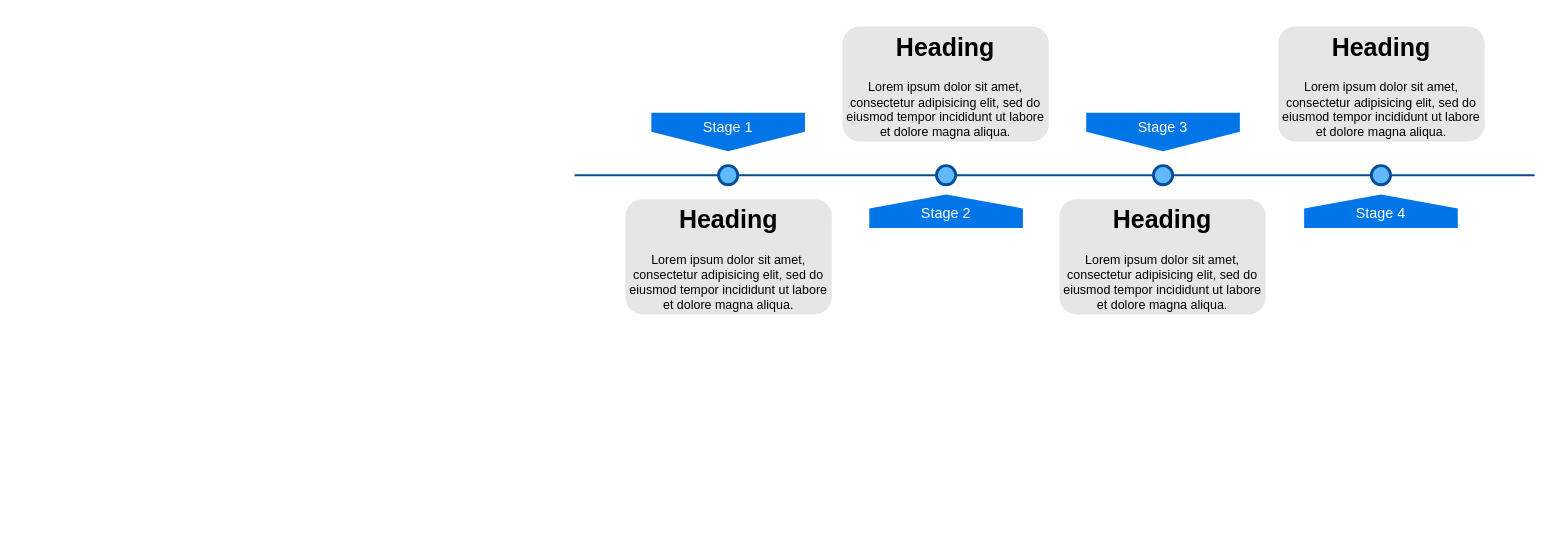
The draw.io diagram 未命名绘图.drawio in java-zengguang/images, before the edit. Source tidied: cells renumbered, new cells numbered last; positions are measured from the earlier drawing's top-left corner, leaving out a move shared by most shapes. Both pictures are drawn from the tidied source at 96%, with x=0, y=0 at pixel (574, 26).
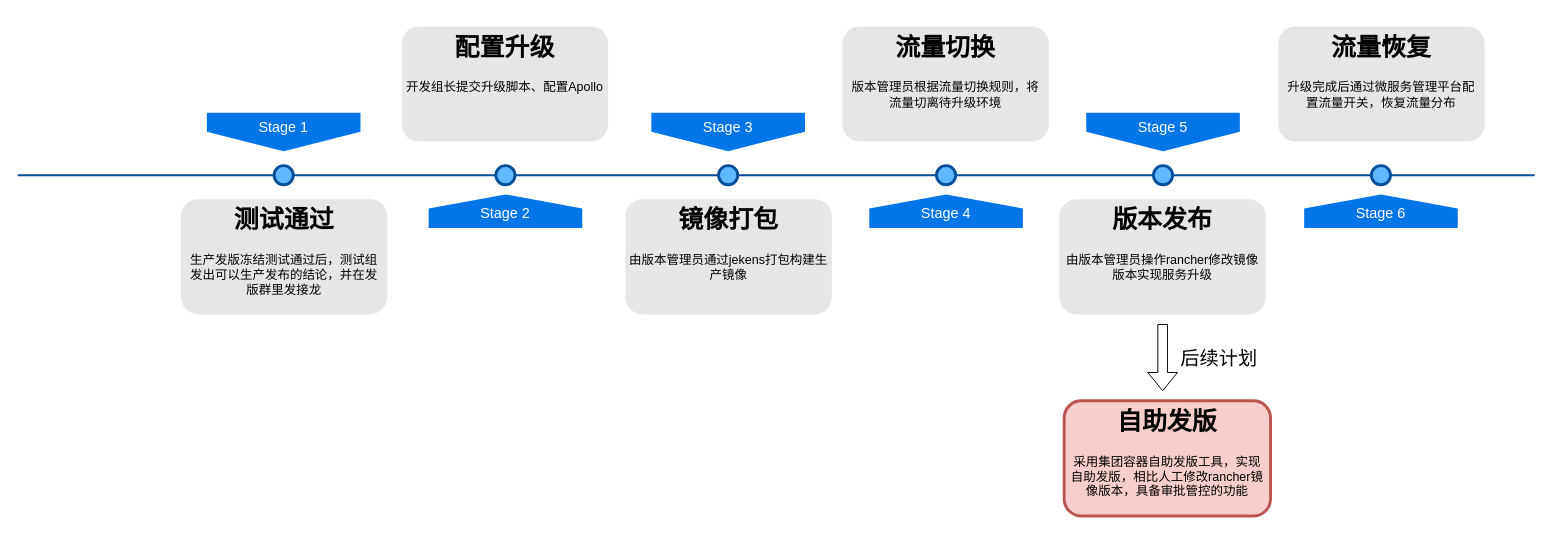
The same diagram, later.

Commit message (it also covers changes not shown here):
更新未命名绘图.drawio

What changed in the source:
```diff
@@
-<mxGraphModel>
+<mxGraphModel background="#ffffff">
@@
     <mxCell id="2" style="line;strokeWidth=2;html=1;fillColor=none;fontSize=28;fontColor=#004D99;strokeColor=#004D99;" parent="1" vertex="1">
-      <mxGeometry y="150" width="1000" height="10" as="geometry" />
+      <mxGeometry x="-580" y="150" width="1580" height="10" as="geometry" />
     </mxCell>
-    <mxCell id="3" value="Stage 1" style="shape=offPageConnector;whiteSpace=wrap;html=1;fillColor=#0075E8;fontSize=15;fontColor=#FFFFFF;size=0.5093750000000015;verticalAlign=top;strokeColor=none;" parent="1" vertex="1">
+    <mxCell id="3" value="Stage 3" style="shape=offPageConnector;whiteSpace=wrap;html=1;fillColor=#0075E8;fontSize=15;fontColor=#FFFFFF;size=0.5093750000000015;verticalAlign=top;strokeColor=none;" parent="1" vertex="1">
       <mxGeometry x="80" y="90" width="160" height="40" as="geometry" />
     </mxCell>
-    <mxCell id="4" value="&lt;span&gt;Stage 3&lt;/span&gt;" style="shape=offPageConnector;whiteSpace=wrap;html=1;fillColor=#0075E8;fontSize=15;fontColor=#FFFFFF;size=0.5093750000000015;verticalAlign=top;strokeColor=none;" parent="1" vertex="1">
+    <mxCell id="4" value="&lt;span&gt;Stage 5&lt;/span&gt;" style="shape=offPageConnector;whiteSpace=wrap;html=1;fillColor=#0075E8;fontSize=15;fontColor=#FFFFFF;size=0.5093750000000015;verticalAlign=top;strokeColor=none;" parent="1" vertex="1">
       <mxGeometry x="533" y="90" width="160" height="40" as="geometry" />
     </mxCell>
-    <mxCell id="5" value="&lt;span&gt;Stage 2&lt;/span&gt;" style="shape=offPageConnector;whiteSpace=wrap;html=1;fillColor=#0075E8;fontSize=15;fontColor=#FFFFFF;size=0.4178571428571445;flipV=1;verticalAlign=bottom;strokeColor=none;spacingBottom=4;" parent="1" vertex="1">
+    <mxCell id="5" value="&lt;span&gt;Stage 4&lt;/span&gt;" style="shape=offPageConnector;whiteSpace=wrap;html=1;fillColor=#0075E8;fontSize=15;fontColor=#FFFFFF;size=0.4178571428571445;flipV=1;verticalAlign=bottom;strokeColor=none;spacingBottom=4;" parent="1" vertex="1">
       <mxGeometry x="307" y="175" width="160" height="35" as="geometry" />
     </mxCell>
-    <mxCell id="6" value="&lt;span&gt;Stage 4&lt;/span&gt;" style="shape=offPageConnector;whiteSpace=wrap;html=1;fillColor=#0075E8;fontSize=15;fontColor=#FFFFFF;size=0.4178571428571445;flipV=1;verticalAlign=bottom;strokeColor=none;spacingBottom=4;" parent="1" vertex="1">
+    <mxCell id="6" value="&lt;span&gt;Stage 6&lt;/span&gt;" style="shape=offPageConnector;whiteSpace=wrap;html=1;fillColor=#0075E8;fontSize=15;fontColor=#FFFFFF;size=0.4178571428571445;flipV=1;verticalAlign=bottom;strokeColor=none;spacingBottom=4;" parent="1" vertex="1">
       <mxGeometry x="760" y="175" width="160" height="35" as="geometry" />
     </mxCell>
@@
-    <mxCell id="11" value="&lt;h1&gt;Heading&lt;/h1&gt;&lt;p&gt;Lorem ipsum dolor sit amet, consectetur adipisicing elit, sed do eiusmod tempor incididunt ut labore et dolore magna aliqua.&lt;/p&gt;" style="text;html=1;spacing=5;spacingTop=-20;whiteSpace=wrap;overflow=hidden;strokeColor=none;strokeWidth=3;fillColor=#E6E6E6;fontSize=13;fontColor=#000000;align=center;rounded=1;" parent="1" vertex="1">
+    <mxCell id="11" value="&lt;h1&gt;镜像打包&lt;/h1&gt;&lt;h1&gt;&lt;p style=&quot;font-size: 13px; font-weight: 400;&quot;&gt;由版本管理员通过jekens打包构建生产镜像&lt;/p&gt;&lt;/h1&gt;" style="text;html=1;spacing=5;spacingTop=-20;whiteSpace=wrap;overflow=hidden;strokeColor=none;strokeWidth=3;fillColor=#E6E6E6;fontSize=13;fontColor=#000000;align=center;rounded=1;" parent="1" vertex="1">
       <mxGeometry x="53" y="180" width="215" height="120" as="geometry" />
     </mxCell>
-    <mxCell id="12" value="&lt;h1&gt;Heading&lt;/h1&gt;&lt;p&gt;Lorem ipsum dolor sit amet, consectetur adipisicing elit, sed do eiusmod tempor incididunt ut labore et dolore magna aliqua.&lt;/p&gt;" style="text;html=1;spacing=5;spacingTop=-20;whiteSpace=wrap;overflow=hidden;strokeColor=none;strokeWidth=3;fillColor=#E6E6E6;fontSize=13;fontColor=#000000;align=center;rounded=1;" parent="1" vertex="1">
+    <mxCell id="12" value="&lt;h1&gt;流量切换&lt;/h1&gt;&lt;p&gt;版本管理员根据流量切换规则，将流量切离待升级环境&lt;/p&gt;" style="text;html=1;spacing=5;spacingTop=-20;whiteSpace=wrap;overflow=hidden;strokeColor=none;strokeWidth=3;fillColor=#E6E6E6;fontSize=13;fontColor=#000000;align=center;rounded=1;" parent="1" vertex="1">
       <mxGeometry x="279" width="215" height="120" as="geometry" />
     </mxCell>
-    <mxCell id="13" value="&lt;h1&gt;Heading&lt;/h1&gt;&lt;p&gt;Lorem ipsum dolor sit amet, consectetur adipisicing elit, sed do eiusmod tempor incididunt ut labore et dolore magna aliqua.&lt;/p&gt;" style="text;html=1;spacing=5;spacingTop=-20;whiteSpace=wrap;overflow=hidden;strokeColor=none;strokeWidth=3;fillColor=#E6E6E6;fontSize=13;fontColor=#000000;align=center;rounded=1;" parent="1" vertex="1">
+    <mxCell id="13" value="&lt;h1&gt;版本发布&lt;/h1&gt;&lt;p&gt;由版本管理员操作rancher修改镜像版本实现服务升级&lt;/p&gt;" style="text;html=1;spacing=5;spacingTop=-20;whiteSpace=wrap;overflow=hidden;strokeColor=none;strokeWidth=3;fillColor=#E6E6E6;fontSize=13;fontColor=#000000;align=center;rounded=1;" parent="1" vertex="1">
       <mxGeometry x="505" y="180" width="215" height="120" as="geometry" />
     </mxCell>
-    <mxCell id="14" value="&lt;h1&gt;Heading&lt;/h1&gt;&lt;p&gt;Lorem ipsum dolor sit amet, consectetur adipisicing elit, sed do eiusmod tempor incididunt ut labore et dolore magna aliqua.&lt;/p&gt;" style="text;html=1;spacing=5;spacingTop=-20;whiteSpace=wrap;overflow=hidden;strokeColor=none;strokeWidth=3;fillColor=#E6E6E6;fontSize=13;fontColor=#000000;align=center;rounded=1;" parent="1" vertex="1">
+    <mxCell id="14" value="&lt;h1&gt;流量恢复&lt;/h1&gt;&lt;p&gt;升级完成后通过微服务管理平台配置流量开关，恢复流量分布&lt;/p&gt;" style="text;html=1;spacing=5;spacingTop=-20;whiteSpace=wrap;overflow=hidden;strokeColor=none;strokeWidth=3;fillColor=#E6E6E6;fontSize=13;fontColor=#000000;align=center;rounded=1;" parent="1" vertex="1">
       <mxGeometry x="733" width="215" height="120" as="geometry" />
     </mxCell>
+    <mxCell id="15" value="Stage 1" style="shape=offPageConnector;whiteSpace=wrap;html=1;fillColor=#0075E8;fontSize=15;fontColor=#FFFFFF;size=0.5093750000000015;verticalAlign=top;strokeColor=none;" parent="1" vertex="1">
+      <mxGeometry x="-383" y="90" width="160" height="40" as="geometry" />
+    </mxCell>
+    <mxCell id="16" style="ellipse;whiteSpace=wrap;html=1;fillColor=#61BAFF;fontSize=28;fontColor=#004D99;strokeWidth=3;strokeColor=#004D99;" parent="1" vertex="1">
+      <mxGeometry x="-313" y="145" width="20" height="20" as="geometry" />
+    </mxCell>
+    <mxCell id="17" value="&lt;h1&gt;测试通过&lt;/h1&gt;&lt;h1&gt;&lt;p style=&quot;font-size: 13px; font-weight: 400;&quot;&gt;生产发版冻结测试通过后，测试组发出可以生产发布的结论，并在发版群里发接龙&lt;/p&gt;&lt;/h1&gt;" style="text;html=1;spacing=5;spacingTop=-20;whiteSpace=wrap;overflow=hidden;strokeColor=none;strokeWidth=3;fillColor=#E6E6E6;fontSize=13;fontColor=#000000;align=center;rounded=1;" parent="1" vertex="1">
+      <mxGeometry x="-410" y="180" width="215" height="120" as="geometry" />
+    </mxCell>
+    <mxCell id="18" value="&lt;span&gt;Stage 2&lt;/span&gt;" style="shape=offPageConnector;whiteSpace=wrap;html=1;fillColor=#0075E8;fontSize=15;fontColor=#FFFFFF;size=0.4178571428571445;flipV=1;verticalAlign=bottom;strokeColor=none;spacingBottom=4;" parent="1" vertex="1">
+      <mxGeometry x="-152" y="175" width="160" height="35" as="geometry" />
+    </mxCell>
+    <mxCell id="19" style="ellipse;whiteSpace=wrap;html=1;fillColor=#61BAFF;fontSize=28;fontColor=#004D99;strokeWidth=3;strokeColor=#004D99;" parent="1" vertex="1">
+      <mxGeometry x="-82" y="145" width="20" height="20" as="geometry" />
+    </mxCell>
+    <mxCell id="20" value="&lt;h1&gt;配置升级&lt;/h1&gt;&lt;h1&gt;&lt;p style=&quot;font-size: 13px; font-weight: 400;&quot;&gt;开发组长提交升级脚本、配置Apollo&lt;/p&gt;&lt;/h1&gt;" style="text;html=1;spacing=5;spacingTop=-20;whiteSpace=wrap;overflow=hidden;strokeColor=none;strokeWidth=3;fillColor=#E6E6E6;fontSize=13;fontColor=#000000;align=center;rounded=1;" parent="1" vertex="1">
+      <mxGeometry x="-180" width="215" height="120" as="geometry" />
+    </mxCell>
+    <mxCell id="21" style="shape=flexArrow;endArrow=classic;html=1;rounded=0;" parent="1" edge="1">
+      <mxGeometry relative="1" as="geometry">
+        <mxPoint x="612.6" y="310" as="sourcePoint" />
+        <mxPoint x="612.6" y="380" as="targetPoint" />
+      </mxGeometry>
+    </mxCell>
+    <mxCell id="22" value="&lt;h1&gt;自助发版&lt;/h1&gt;&lt;p&gt;采用集团容器自助发版工具，实现自助发版，相比人工修改rancher镜像版本，具备审批管控的功能&lt;/p&gt;" style="text;html=1;spacing=5;spacingTop=-20;whiteSpace=wrap;overflow=hidden;strokeColor=#b85450;strokeWidth=3;fillColor=#f8cecc;fontSize=13;align=center;rounded=1;" parent="1" vertex="1">
+      <mxGeometry x="510" y="390" width="215" height="120" as="geometry" />
+    </mxCell>
+    <mxCell id="23" value="&lt;font style=&quot;font-size: 20px;&quot;&gt;后续计划&lt;/font&gt;" style="text;html=1;align=center;verticalAlign=middle;whiteSpace=wrap;rounded=0;" parent="1" vertex="1">
+      <mxGeometry x="618" y="330" width="107" height="30" as="geometry" />
+    </mxCell>
```
